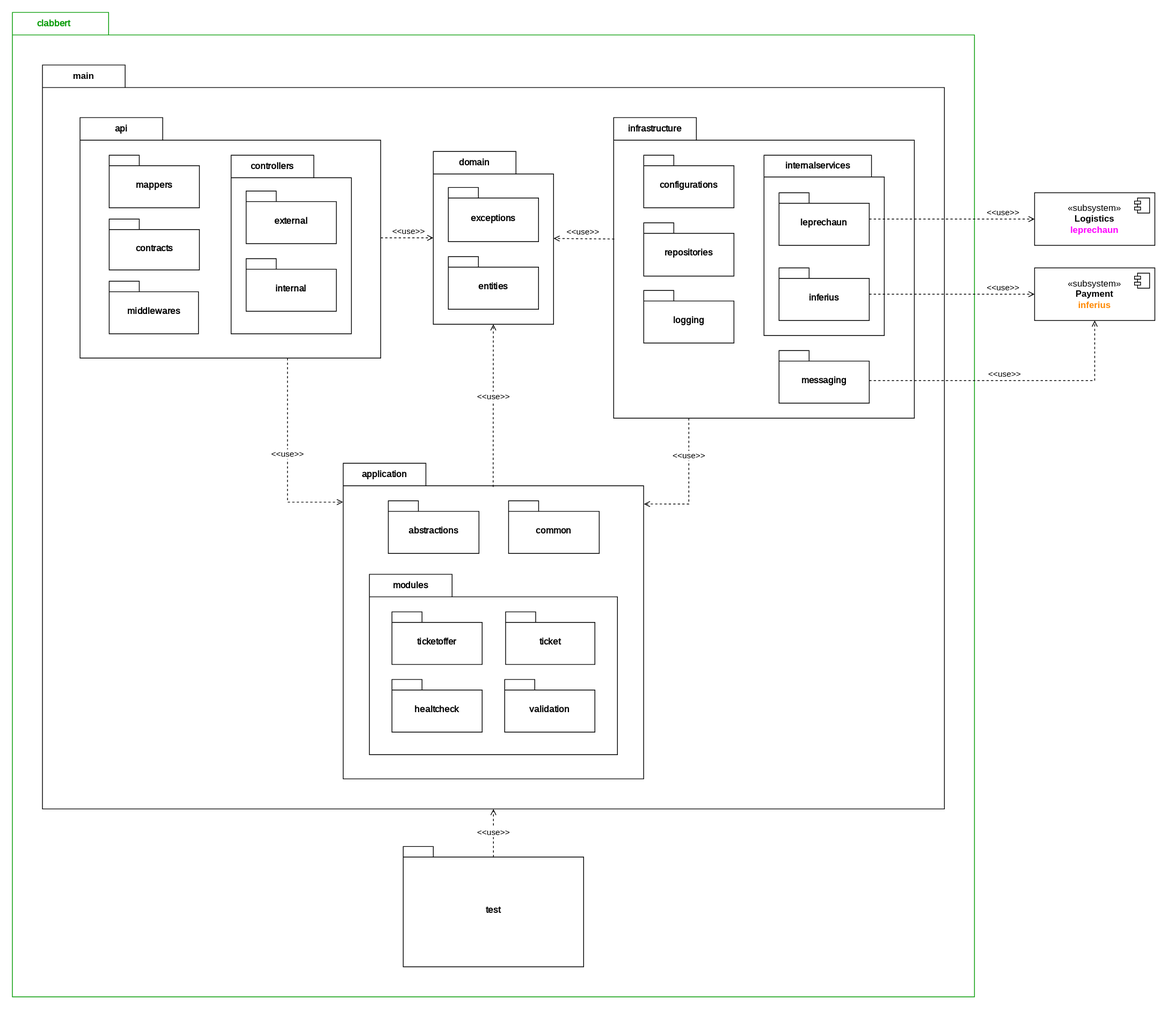
The draw.io diagram documentation/course/e2/images/package-diagram-clabbert.drawio.svg in PWR-ACS-SE-24/SoftwareSystemDesign, before a commit. Source tidied: cells renumbered, new cells last; positions are measured from the earlier drawing's top-left corner, leaving out a move shared by most shapes.
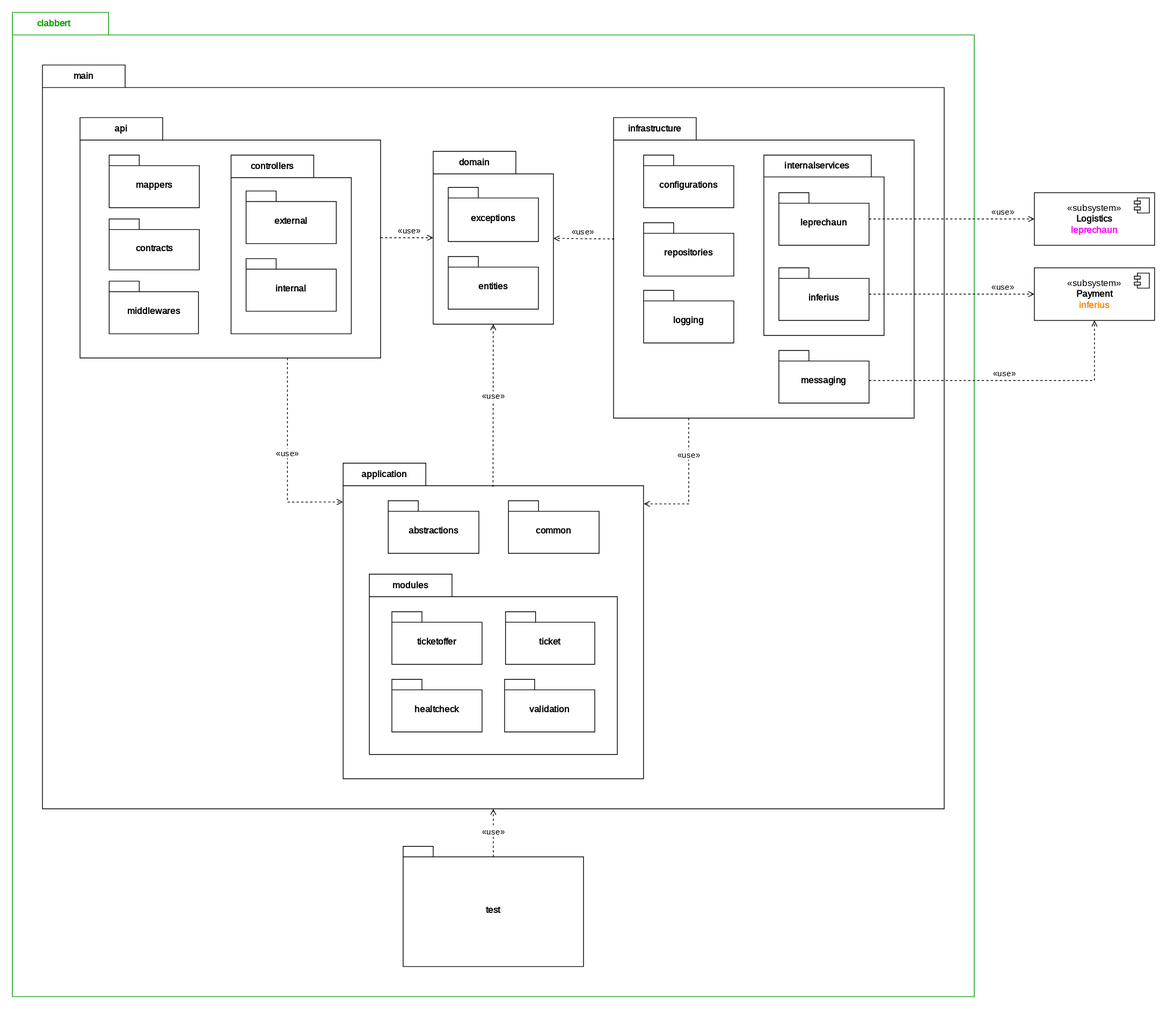
After the commit.

What changed in the source:
```diff
@@ -13,10 +13,10 @@
     <mxCell id="4" value="test" style="shape=folder;fontStyle=1;spacingTop=10;tabWidth=40;tabHeight=14;tabPosition=left;html=1;whiteSpace=wrap;fontFamily=JetBrains Mono;fontSource=https%3A%2F%2Ffonts.googleapis.com%2Fcss%3Ffamily%3DJetBrains%2BMono;" parent="2" vertex="1">
       <mxGeometry x="520" y="1110" width="240" height="160" as="geometry" />
     </mxCell>
-    <mxCell id="5" value="main" style="shape=folder;fontStyle=1;tabWidth=110;tabHeight=30;tabPosition=left;html=1;boundedLbl=1;labelInHeader=1;whiteSpace=wrap;" parent="2" vertex="1">
+    <mxCell id="5" value="main" style="shape=folder;fontStyle=1;tabWidth=110;tabHeight=30;tabPosition=left;html=1;boundedLbl=1;labelInHeader=1;whiteSpace=wrap;fontFamily=JetBrains Mono;fontSource=https%3A%2F%2Ffonts.googleapis.com%2Fcss%3Ffamily%3DJetBrains%2BMono;" parent="2" vertex="1">
       <mxGeometry x="40" y="70" width="1200" height="990" as="geometry" />
     </mxCell>
-    <mxCell id="6" style="html=1;strokeColor=none;fillColor=none;whiteSpace=wrap;" parent="5" vertex="1">
+    <mxCell id="6" style="html=1;strokeColor=none;fillColor=none;whiteSpace=wrap;fontFamily=JetBrains Mono;fontSource=https%3A%2F%2Ffonts.googleapis.com%2Fcss%3Ffamily%3DJetBrains%2BMono;" parent="5" vertex="1">
       <mxGeometry width="1200" height="656.53" relative="1" as="geometry">
         <mxPoint y="30" as="offset" />
       </mxGeometry>
@@ -134,57 +134,57 @@
     <mxCell id="39" value="common" style="shape=folder;fontStyle=1;spacingTop=10;tabWidth=40;tabHeight=14;tabPosition=left;html=1;whiteSpace=wrap;fontFamily=JetBrains Mono;fontSource=https%3A%2F%2Ffonts.googleapis.com%2Fcss%3Ffamily%3DJetBrains%2BMono;" parent="30" vertex="1">
       <mxGeometry x="220" y="50" width="120.6" height="70" as="geometry" />
     </mxCell>
-    <mxCell id="40" value="&amp;lt;&amp;lt;use&amp;gt;&amp;gt;" style="endArrow=open;html=1;rounded=0;align=center;verticalAlign=bottom;dashed=1;endFill=0;labelBackgroundColor=none;exitX=0.002;exitY=0.404;exitDx=0;exitDy=0;exitPerimeter=0;" parent="5" edge="1" source="11" target="7">
+    <mxCell id="40" value="«use»" style="endArrow=open;html=1;rounded=0;align=center;verticalAlign=bottom;dashed=1;endFill=0;labelBackgroundColor=none;exitX=0.002;exitY=0.404;exitDx=0;exitDy=0;exitPerimeter=0;fontFamily=JetBrains Mono;fontSource=https%3A%2F%2Ffonts.googleapis.com%2Fcss%3Ffamily%3DJetBrains%2BMono;" parent="5" edge="1" source="11" target="7">
       <mxGeometry x="0.06" relative="1" as="geometry" />
     </mxCell>
-    <mxCell id="41" style="html=1;align=center;verticalAlign=top;labelBackgroundColor=none;" parent="40" vertex="1">
+    <mxCell id="41" style="html=1;align=center;verticalAlign=top;labelBackgroundColor=none;fontFamily=JetBrains Mono;fontSource=https%3A%2F%2Ffonts.googleapis.com%2Fcss%3Ffamily%3DJetBrains%2BMono;" parent="40" vertex="1">
       <mxGeometry relative="1" as="geometry" />
     </mxCell>
-    <mxCell id="42" value="&amp;lt;&amp;lt;use&amp;gt;&amp;gt;" style="endArrow=open;html=1;rounded=0;align=center;verticalAlign=bottom;dashed=1;endFill=0;labelBackgroundColor=none;" parent="5" edge="1" source="21" target="7">
+    <mxCell id="42" value="«use»" style="endArrow=open;html=1;rounded=0;align=center;verticalAlign=bottom;dashed=1;endFill=0;labelBackgroundColor=none;fontFamily=JetBrains Mono;fontSource=https%3A%2F%2Ffonts.googleapis.com%2Fcss%3Ffamily%3DJetBrains%2BMono;" parent="5" edge="1" source="21" target="7">
       <mxGeometry x="0.06" relative="1" as="geometry" />
     </mxCell>
-    <mxCell id="43" style="html=1;align=center;verticalAlign=top;labelBackgroundColor=none;" parent="42" vertex="1">
+    <mxCell id="43" style="html=1;align=center;verticalAlign=top;labelBackgroundColor=none;fontFamily=JetBrains Mono;fontSource=https%3A%2F%2Ffonts.googleapis.com%2Fcss%3Ffamily%3DJetBrains%2BMono;" parent="42" vertex="1">
       <mxGeometry relative="1" as="geometry" />
     </mxCell>
-    <mxCell id="44" value="&amp;lt;&amp;lt;use&amp;gt;&amp;gt;" style="endArrow=open;html=1;rounded=0;align=center;verticalAlign=bottom;dashed=1;endFill=0;labelBackgroundColor=default;exitX=0.499;exitY=0.075;exitDx=0;exitDy=0;exitPerimeter=0;" parent="5" edge="1" source="30" target="7">
+    <mxCell id="44" value="«use»" style="endArrow=open;html=1;rounded=0;align=center;verticalAlign=bottom;dashed=1;endFill=0;labelBackgroundColor=default;exitX=0.499;exitY=0.075;exitDx=0;exitDy=0;exitPerimeter=0;fontFamily=JetBrains Mono;fontSource=https%3A%2F%2Ffonts.googleapis.com%2Fcss%3Ffamily%3DJetBrains%2BMono;" parent="5" edge="1" source="30" target="7">
       <mxGeometry x="0.03" relative="1" as="geometry" />
     </mxCell>
-    <mxCell id="45" style="html=1;align=center;verticalAlign=top;labelBackgroundColor=none;" parent="44" vertex="1">
+    <mxCell id="45" style="html=1;align=center;verticalAlign=top;labelBackgroundColor=none;fontFamily=JetBrains Mono;fontSource=https%3A%2F%2Ffonts.googleapis.com%2Fcss%3Ffamily%3DJetBrains%2BMono;" parent="44" vertex="1">
       <mxGeometry relative="1" as="geometry" />
     </mxCell>
-    <mxCell id="46" value="&amp;lt;&amp;lt;use&amp;gt;&amp;gt;" style="endArrow=open;html=1;rounded=0;align=center;verticalAlign=bottom;dashed=1;endFill=0;labelBackgroundColor=default;entryX=-0.001;entryY=0.123;entryDx=0;entryDy=0;entryPerimeter=0;exitX=0.69;exitY=1;exitDx=0;exitDy=0;exitPerimeter=0;edgeStyle=orthogonalEdgeStyle;" parent="5" edge="1" source="21" target="30">
+    <mxCell id="46" value="«use»" style="endArrow=open;html=1;rounded=0;align=center;verticalAlign=bottom;dashed=1;endFill=0;labelBackgroundColor=default;entryX=-0.001;entryY=0.123;entryDx=0;entryDy=0;entryPerimeter=0;exitX=0.69;exitY=1;exitDx=0;exitDy=0;exitPerimeter=0;edgeStyle=orthogonalEdgeStyle;fontFamily=JetBrains Mono;fontSource=https%3A%2F%2Ffonts.googleapis.com%2Fcss%3Ffamily%3DJetBrains%2BMono;" parent="5" edge="1" source="21" target="30">
       <mxGeometry x="0.03" relative="1" as="geometry" />
     </mxCell>
-    <mxCell id="47" style="html=1;align=center;verticalAlign=top;labelBackgroundColor=none;" parent="46" vertex="1">
+    <mxCell id="47" style="html=1;align=center;verticalAlign=top;labelBackgroundColor=none;fontFamily=JetBrains Mono;fontSource=https%3A%2F%2Ffonts.googleapis.com%2Fcss%3Ffamily%3DJetBrains%2BMono;" parent="46" vertex="1">
       <mxGeometry relative="1" as="geometry" />
     </mxCell>
-    <mxCell id="48" value="&amp;lt;&amp;lt;use&amp;gt;&amp;gt;" style="endArrow=open;html=1;rounded=0;align=center;verticalAlign=bottom;dashed=1;endFill=0;labelBackgroundColor=default;exitX=0.25;exitY=1;exitDx=0;exitDy=0;exitPerimeter=0;edgeStyle=orthogonalEdgeStyle;entryX=1.001;entryY=0.129;entryDx=0;entryDy=0;entryPerimeter=0;" parent="5" edge="1" source="11" target="30">
+    <mxCell id="48" value="«use»" style="endArrow=open;html=1;rounded=0;align=center;verticalAlign=bottom;dashed=1;endFill=0;labelBackgroundColor=default;exitX=0.25;exitY=1;exitDx=0;exitDy=0;exitPerimeter=0;edgeStyle=orthogonalEdgeStyle;entryX=1.001;entryY=0.129;entryDx=0;entryDy=0;entryPerimeter=0;fontFamily=JetBrains Mono;fontSource=https%3A%2F%2Ffonts.googleapis.com%2Fcss%3Ffamily%3DJetBrains%2BMono;" parent="5" edge="1" source="11" target="30">
       <mxGeometry x="-0.33" relative="1" as="geometry" />
     </mxCell>
-    <mxCell id="49" style="html=1;align=center;verticalAlign=top;labelBackgroundColor=none;" parent="48" vertex="1">
+    <mxCell id="49" style="html=1;align=center;verticalAlign=top;labelBackgroundColor=none;fontFamily=JetBrains Mono;fontSource=https%3A%2F%2Ffonts.googleapis.com%2Fcss%3Ffamily%3DJetBrains%2BMono;" parent="48" vertex="1">
       <mxGeometry relative="1" as="geometry" />
     </mxCell>
-    <mxCell id="50" value="&amp;lt;&amp;lt;use&amp;gt;&amp;gt;" style="endArrow=open;html=1;rounded=0;align=center;verticalAlign=bottom;dashed=1;endFill=0;labelBackgroundColor=default;exitX=0.5;exitY=0.088;exitDx=0;exitDy=0;exitPerimeter=0;" parent="2" edge="1" source="4" target="5">
+    <mxCell id="50" value="«use»" style="endArrow=open;html=1;rounded=0;align=center;verticalAlign=bottom;dashed=1;endFill=0;labelBackgroundColor=default;exitX=0.5;exitY=0.088;exitDx=0;exitDy=0;exitPerimeter=0;fontFamily=JetBrains Mono;fontSource=https%3A%2F%2Ffonts.googleapis.com%2Fcss%3Ffamily%3DJetBrains%2BMono;" parent="2" edge="1" source="4" target="5">
       <mxGeometry x="-0.25" relative="1" as="geometry" />
     </mxCell>
-    <mxCell id="51" style="html=1;align=center;verticalAlign=top;labelBackgroundColor=none;" parent="50" vertex="1">
+    <mxCell id="51" style="html=1;align=center;verticalAlign=top;labelBackgroundColor=none;fontFamily=JetBrains Mono;fontSource=https%3A%2F%2Ffonts.googleapis.com%2Fcss%3Ffamily%3DJetBrains%2BMono;" parent="50" vertex="1">
       <mxGeometry relative="1" as="geometry" />
     </mxCell>
-    <mxCell id="52" value="«subsystem»&lt;br&gt;&lt;b&gt;Payment&lt;/b&gt;&lt;div&gt;&lt;b&gt;&lt;font color=&quot;#ff8800&quot;&gt;inferius&lt;/font&gt;&lt;/b&gt;&lt;/div&gt;" style="html=1;whiteSpace=wrap;" parent="1" vertex="1">
+    <mxCell id="52" value="«subsystem»&lt;br&gt;&lt;b&gt;Payment&lt;/b&gt;&lt;div&gt;&lt;b&gt;&lt;font color=&quot;#ff8800&quot;&gt;inferius&lt;/font&gt;&lt;/b&gt;&lt;/div&gt;" style="html=1;whiteSpace=wrap;fontFamily=JetBrains Mono;fontSource=https%3A%2F%2Ffonts.googleapis.com%2Fcss%3Ffamily%3DJetBrains%2BMono;" parent="1" vertex="1">
       <mxGeometry x="1360" y="340" width="160" height="70" as="geometry" />
     </mxCell>
-    <mxCell id="53" style="shape=module;jettyWidth=8;jettyHeight=4;" parent="52" vertex="1">
+    <mxCell id="53" style="shape=module;jettyWidth=8;jettyHeight=4;fontFamily=JetBrains Mono;fontSource=https%3A%2F%2Ffonts.googleapis.com%2Fcss%3Ffamily%3DJetBrains%2BMono;" parent="52" vertex="1">
       <mxGeometry x="1" width="20" height="20" relative="1" as="geometry">
         <mxPoint x="-27" y="7" as="offset" />
       </mxGeometry>
     </mxCell>
-    <mxCell id="54" value="&amp;lt;&amp;lt;use&amp;gt;&amp;gt;" style="endArrow=open;html=1;rounded=0;align=center;verticalAlign=bottom;dashed=1;endFill=0;labelBackgroundColor=none;" parent="1" edge="1" source="15" target="52">
+    <mxCell id="54" value="«use»" style="endArrow=open;html=1;rounded=0;align=center;verticalAlign=bottom;dashed=1;endFill=0;labelBackgroundColor=none;fontFamily=JetBrains Mono;fontSource=https%3A%2F%2Ffonts.googleapis.com%2Fcss%3Ffamily%3DJetBrains%2BMono;" parent="1" edge="1" source="15" target="52">
       <mxGeometry x="0.62" relative="1" as="geometry" />
     </mxCell>
-    <mxCell id="55" style="html=1;align=center;verticalAlign=top;labelBackgroundColor=none;" parent="54" vertex="1">
+    <mxCell id="55" style="html=1;align=center;verticalAlign=top;labelBackgroundColor=none;fontFamily=JetBrains Mono;fontSource=https%3A%2F%2Ffonts.googleapis.com%2Fcss%3Ffamily%3DJetBrains%2BMono;" parent="54" vertex="1">
       <mxGeometry relative="1" as="geometry" />
     </mxCell>
-    <mxCell id="56" value="&amp;lt;&amp;lt;use&amp;gt;&amp;gt;" style="endArrow=open;html=1;rounded=0;align=center;verticalAlign=bottom;dashed=1;endFill=0;labelBackgroundColor=none;" parent="1" edge="1" target="52">
+    <mxCell id="56" value="«use»" style="endArrow=open;html=1;rounded=0;align=center;verticalAlign=bottom;dashed=1;endFill=0;labelBackgroundColor=none;fontFamily=JetBrains Mono;fontSource=https%3A%2F%2Ffonts.googleapis.com%2Fcss%3Ffamily%3DJetBrains%2BMono;" parent="1" edge="1" target="52">
       <mxGeometry x="-0.05" relative="1" as="geometry">
         <mxPoint x="1140" y="490" as="sourcePoint" />
         <Array as="points">
@@ -192,21 +192,21 @@
         </Array>
       </mxGeometry>
     </mxCell>
-    <mxCell id="57" style="html=1;align=center;verticalAlign=top;labelBackgroundColor=none;" parent="56" vertex="1">
+    <mxCell id="57" style="html=1;align=center;verticalAlign=top;labelBackgroundColor=none;fontFamily=JetBrains Mono;fontSource=https%3A%2F%2Ffonts.googleapis.com%2Fcss%3Ffamily%3DJetBrains%2BMono;" parent="56" vertex="1">
       <mxGeometry relative="1" as="geometry" />
     </mxCell>
-    <mxCell id="58" value="«subsystem»&lt;br&gt;&lt;b&gt;Logistics&lt;/b&gt;&lt;div&gt;&lt;b style=&quot;&quot;&gt;&lt;font color=&quot;#ff00ff&quot;&gt;leprechaun&lt;/font&gt;&lt;/b&gt;&lt;/div&gt;" style="html=1;whiteSpace=wrap;" parent="1" vertex="1">
+    <mxCell id="58" value="«subsystem»&lt;br&gt;&lt;b&gt;Logistics&lt;/b&gt;&lt;div&gt;&lt;b style=&quot;&quot;&gt;&lt;font color=&quot;#ff00ff&quot;&gt;leprechaun&lt;/font&gt;&lt;/b&gt;&lt;/div&gt;" style="html=1;whiteSpace=wrap;fontFamily=JetBrains Mono;fontSource=https%3A%2F%2Ffonts.googleapis.com%2Fcss%3Ffamily%3DJetBrains%2BMono;" parent="1" vertex="1">
       <mxGeometry x="1360" y="240" width="160" height="70" as="geometry" />
     </mxCell>
-    <mxCell id="59" style="shape=module;jettyWidth=8;jettyHeight=4;" parent="58" vertex="1">
+    <mxCell id="59" style="shape=module;jettyWidth=8;jettyHeight=4;fontFamily=JetBrains Mono;fontSource=https%3A%2F%2Ffonts.googleapis.com%2Fcss%3Ffamily%3DJetBrains%2BMono;" parent="58" vertex="1">
       <mxGeometry x="1" width="20" height="20" relative="1" as="geometry">
         <mxPoint x="-27" y="7" as="offset" />
       </mxGeometry>
     </mxCell>
-    <mxCell id="60" value="&amp;lt;&amp;lt;use&amp;gt;&amp;gt;" style="endArrow=open;html=1;rounded=0;align=center;verticalAlign=bottom;dashed=1;endFill=0;labelBackgroundColor=none;" parent="1" edge="1" source="16" target="58">
+    <mxCell id="60" value="«use»" style="endArrow=open;html=1;rounded=0;align=center;verticalAlign=bottom;dashed=1;endFill=0;labelBackgroundColor=none;fontFamily=JetBrains Mono;fontSource=https%3A%2F%2Ffonts.googleapis.com%2Fcss%3Ffamily%3DJetBrains%2BMono;" parent="1" edge="1" source="16" target="58">
       <mxGeometry x="0.62" relative="1" as="geometry" />
     </mxCell>
-    <mxCell id="61" style="html=1;align=center;verticalAlign=top;labelBackgroundColor=none;" parent="60" vertex="1">
+    <mxCell id="61" style="html=1;align=center;verticalAlign=top;labelBackgroundColor=none;fontFamily=JetBrains Mono;fontSource=https%3A%2F%2Ffonts.googleapis.com%2Fcss%3Ffamily%3DJetBrains%2BMono;" parent="60" vertex="1">
       <mxGeometry relative="1" as="geometry" />
     </mxCell>
   </root>
```
